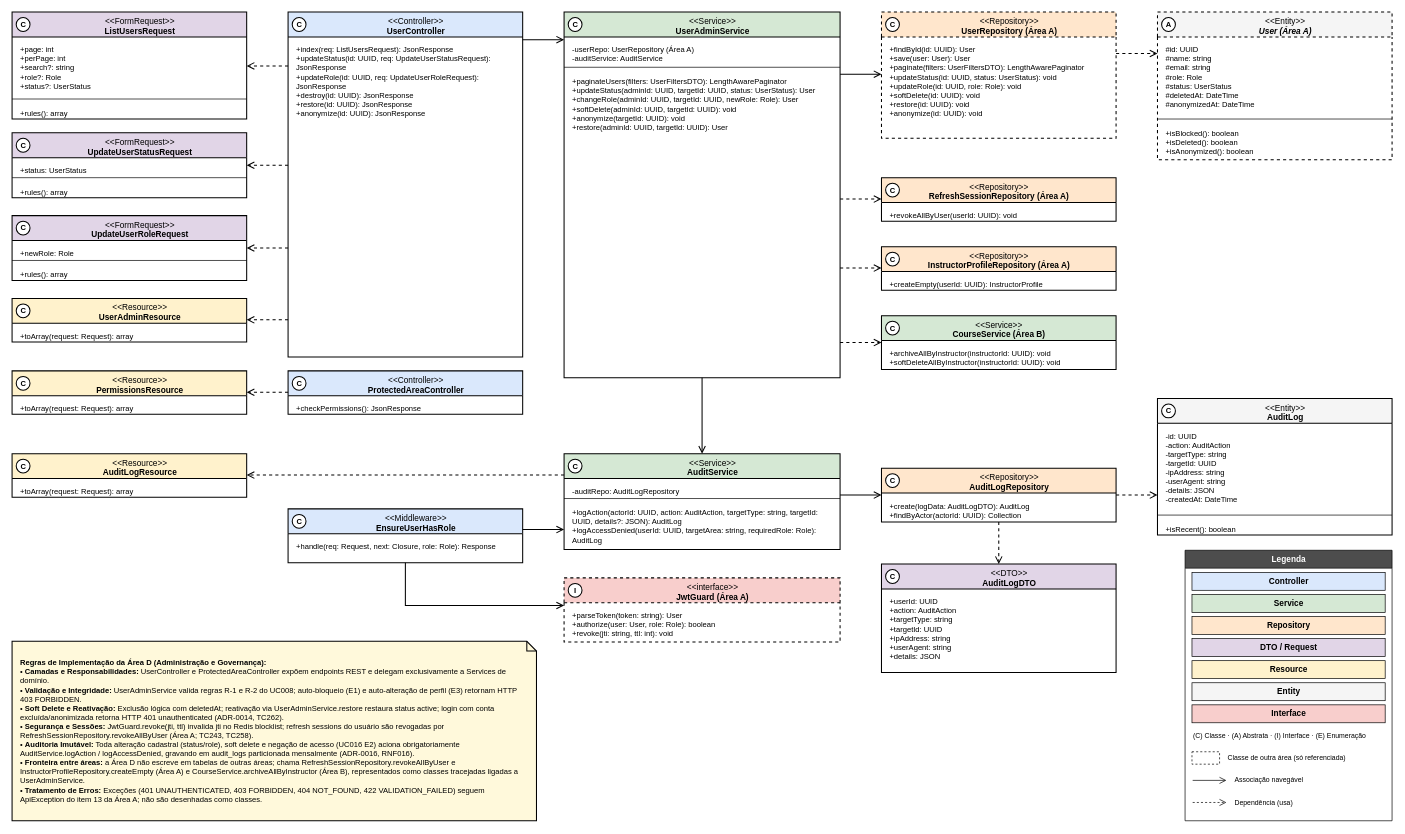
Above: especificacao/diagramas/13-classes-area-d-implementacao-administracao.drawio in Plataforma-de-Cursos-TCC/plataforma-cursos-docs (draw.io), before the change. Source tidied: cells renumbered, new cells numbered last; positions are measured from the earlier drawing's top-left corner, leaving out a move shared by most shapes. Both pictures are drawn from the tidied source at 69%, with x=0, y=0 at pixel (12, 12).
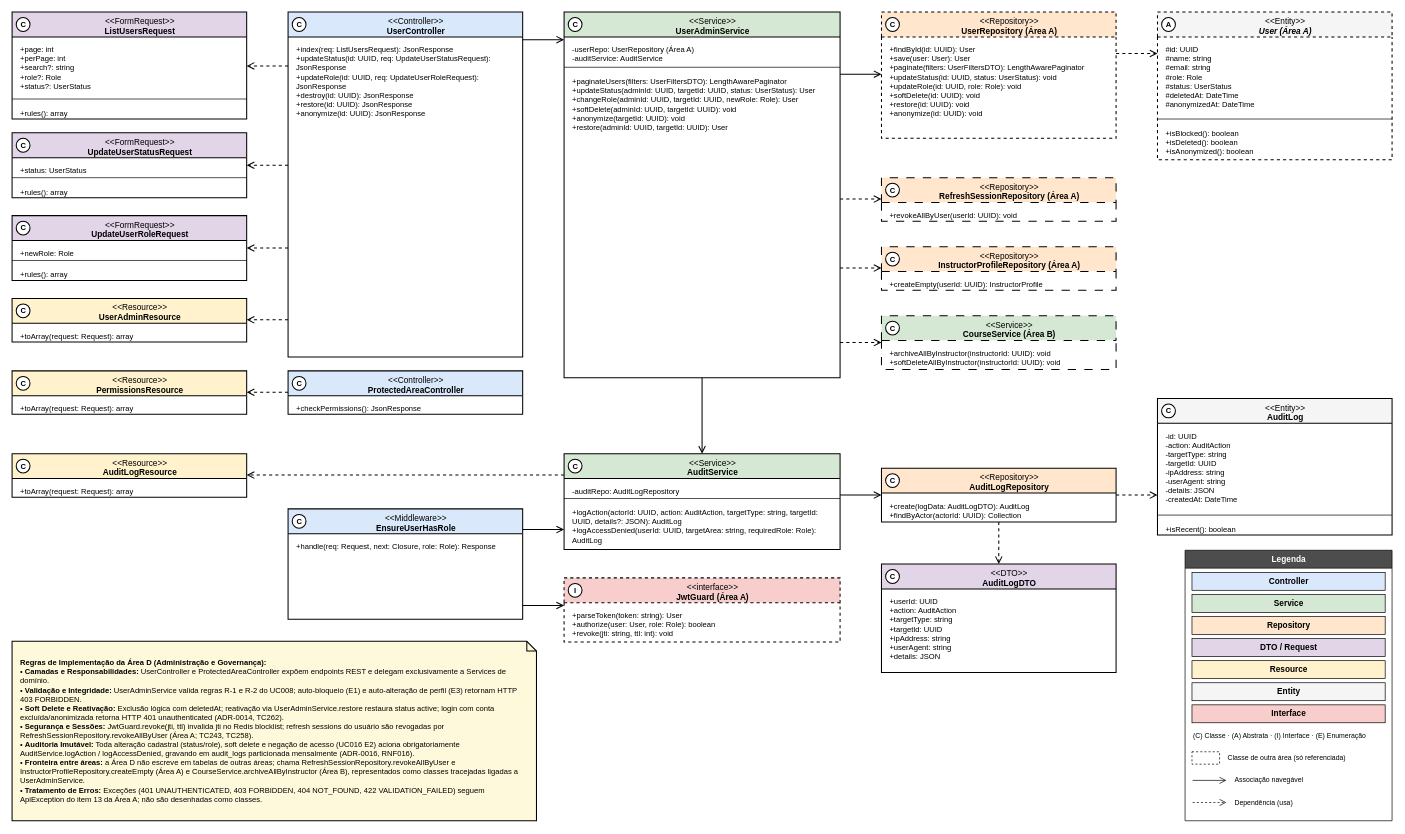
The same diagram, later.

Unchanged cells that the change refers to:
```xml
<mxCell id="24" value="&amp;lt;&amp;lt;interface&amp;gt;&amp;gt;&lt;br&gt;&lt;b&gt;JwtGuard (Área A)&lt;/b&gt;" style="swimlane;html=1;fontStyle=0;align=center;verticalAlign=top;startSize=36;fillColor=#F8CECC;swimlaneFillColor=#FFFFFF;strokeColor=#000000;strokeWidth=1.5;fontFamily=Helvetica;fontSize=12;fontColor=#000000;rounded=0;spacingLeft=30;dashed=1;" parent="1" vertex="1">
  <mxGeometry x="800" y="820" width="400" height="93" as="geometry" />
</mxCell>
<mxCell id="30" value="&amp;lt;&amp;lt;Service&amp;gt;&amp;gt;&lt;br&gt;&lt;b&gt;AuditService&lt;/b&gt;" style="swimlane;html=1;fontStyle=0;align=center;verticalAlign=top;startSize=36;fillColor=#D5E8D4;swimlaneFillColor=#FFFFFF;strokeColor=#000000;strokeWidth=1.5;fontFamily=Helvetica;fontSize=12;fontColor=#000000;rounded=0;spacingLeft=30;" parent="1" vertex="1">
  <mxGeometry x="800" y="640" width="400" height="139" as="geometry" />
</mxCell>
```

What changed in the source:
```diff
@@
     <mxCell id="22" value="&amp;lt;&amp;lt;Middleware&amp;gt;&amp;gt;&lt;br&gt;&lt;b&gt;EnsureUserHasRole&lt;/b&gt;" style="swimlane;html=1;fontStyle=0;align=center;verticalAlign=top;startSize=36;fillColor=#DAE8FC;swimlaneFillColor=#FFFFFF;strokeColor=#000000;strokeWidth=1.5;fontFamily=Helvetica;fontSize=12;fontColor=#000000;rounded=0;spacingLeft=30;" parent="1" vertex="1">
-      <mxGeometry x="400" y="720" width="340" height="78" as="geometry" />
+      <mxGeometry x="400" y="720" width="340" height="160" as="geometry" />
     </mxCell>
     <mxCell id="23" value="+handle(req: Request, next: Closure, role: Role): Response" style="text;html=1;align=left;verticalAlign=top;spacingLeft=10;spacingRight=8;spacingTop=6;fontSize=11;fontFamily=Helvetica;fontColor=#000000;strokeColor=none;fillColor=none;whiteSpace=wrap;" parent="22" vertex="1">
-      <mxGeometry y="36" width="340" height="42" as="geometry" />
+      <mxGeometry y="36" width="340" height="124" as="geometry" />
     </mxCell>
@@
-    <mxCell id="56" style="edgeStyle=orthogonalEdgeStyle;rounded=0;html=1;strokeColor=#000000;strokeWidth=1.5;fontFamily=Helvetica;fontSize=12;endArrow=open;endFill=0;endSize=8;exitX=0.5000;exitY=1.0000;exitPerimeter=0;entryX=0.0000;entryY=0.4301;entryPerimeter=0;" parent="1" edge="1" source="22" target="24">
+    <mxCell id="56" style="edgeStyle=orthogonalEdgeStyle;rounded=0;html=1;strokeColor=#000000;strokeWidth=1.5;fontFamily=Helvetica;fontSize=12;endArrow=open;endFill=0;endSize=8;exitX=1.0000;exitY=0.8750;exitPerimeter=0;entryX=0.0000;entryY=0.4301;entryPerimeter=0;" parent="1" edge="1" source="22" target="24">
       <mxGeometry relative="1" as="geometry" />
     </mxCell>
-    <mxCell id="57" style="edgeStyle=orthogonalEdgeStyle;rounded=0;html=1;strokeColor=#000000;strokeWidth=1.5;fontFamily=Helvetica;fontSize=12;endArrow=open;endFill=0;endSize=8;exitX=1.0000;exitY=0.3846;exitPerimeter=0;entryX=0.0000;entryY=0.7914;entryPerimeter=0;" parent="1" edge="1" source="22" target="30">
+    <mxCell id="57" style="edgeStyle=orthogonalEdgeStyle;rounded=0;html=1;strokeColor=#000000;strokeWidth=1.5;fontFamily=Helvetica;fontSize=12;endArrow=open;endFill=0;endSize=8;exitX=1.0000;exitY=0.1875;exitPerimeter=0;entryX=0.0000;entryY=0.7914;entryPerimeter=0;" parent="1" edge="1" source="22" target="30">
       <mxGeometry relative="1" as="geometry" />
     </mxCell>
@@
-    <mxCell id="66" value="&amp;lt;&amp;lt;Repository&amp;gt;&amp;gt;&lt;br&gt;&lt;b&gt;RefreshSessionRepository (Área A)&lt;/b&gt;" style="swimlane;html=1;fontStyle=0;align=center;verticalAlign=top;startSize=36;fillColor=#FFE6CC;swimlaneFillColor=#FFFFFF;strokeColor=#000000;strokeWidth=1.5;fontFamily=Helvetica;fontSize=12;fontColor=#000000;rounded=0;dashed=1;dashPattern=8 8spacingLeft=30;" parent="1" vertex="1">
+    <mxCell id="66" value="&amp;lt;&amp;lt;Repository&amp;gt;&amp;gt;&lt;br&gt;&lt;b&gt;RefreshSessionRepository (Área A)&lt;/b&gt;" style="swimlane;html=1;fontStyle=0;align=center;verticalAlign=top;startSize=36;fillColor=#FFE6CC;swimlaneFillColor=#FFFFFF;strokeColor=#000000;strokeWidth=1.5;fontFamily=Helvetica;fontSize=12;fontColor=#000000;rounded=0;dashed=1;dashPattern=8 8;spacingLeft=30;" parent="1" vertex="1">
       <mxGeometry x="1260" y="240" width="340" height="63" as="geometry" />
     </mxCell>
@@
-    <mxCell id="68" value="&amp;lt;&amp;lt;Repository&amp;gt;&amp;gt;&lt;br&gt;&lt;b&gt;InstructorProfileRepository (Área A)&lt;/b&gt;" style="swimlane;html=1;fontStyle=0;align=center;verticalAlign=top;startSize=36;fillColor=#FFE6CC;swimlaneFillColor=#FFFFFF;strokeColor=#000000;strokeWidth=1.5;fontFamily=Helvetica;fontSize=12;fontColor=#000000;rounded=0;dashed=1;dashPattern=8 8spacingLeft=30;" parent="1" vertex="1">
+    <mxCell id="68" value="&amp;lt;&amp;lt;Repository&amp;gt;&amp;gt;&lt;br&gt;&lt;b&gt;InstructorProfileRepository (Área A)&lt;/b&gt;" style="swimlane;html=1;fontStyle=0;align=center;verticalAlign=top;startSize=36;fillColor=#FFE6CC;swimlaneFillColor=#FFFFFF;strokeColor=#000000;strokeWidth=1.5;fontFamily=Helvetica;fontSize=12;fontColor=#000000;rounded=0;dashed=1;dashPattern=8 8;spacingLeft=30;" parent="1" vertex="1">
       <mxGeometry x="1260" y="340" width="340" height="63" as="geometry" />
     </mxCell>
@@
-    <mxCell id="70" value="&amp;lt;&amp;lt;Service&amp;gt;&amp;gt;&lt;br&gt;&lt;b&gt;CourseService (Área B)&lt;/b&gt;" style="swimlane;html=1;fontStyle=0;align=center;verticalAlign=top;startSize=36;fillColor=#D5E8D4;swimlaneFillColor=#FFFFFF;strokeColor=#000000;strokeWidth=1.5;fontFamily=Helvetica;fontSize=12;fontColor=#000000;rounded=0;dashed=1;dashPattern=8 8spacingLeft=30;" parent="1" vertex="1">
+    <mxCell id="70" value="&amp;lt;&amp;lt;Service&amp;gt;&amp;gt;&lt;br&gt;&lt;b&gt;CourseService (Área B)&lt;/b&gt;" style="swimlane;html=1;fontStyle=0;align=center;verticalAlign=top;startSize=36;fillColor=#D5E8D4;swimlaneFillColor=#FFFFFF;strokeColor=#000000;strokeWidth=1.5;fontFamily=Helvetica;fontSize=12;fontColor=#000000;rounded=0;dashed=1;dashPattern=8 8;spacingLeft=30;" parent="1" vertex="1">
       <mxGeometry x="1260" y="440" width="340" height="78" as="geometry" />
     </mxCell>
```
